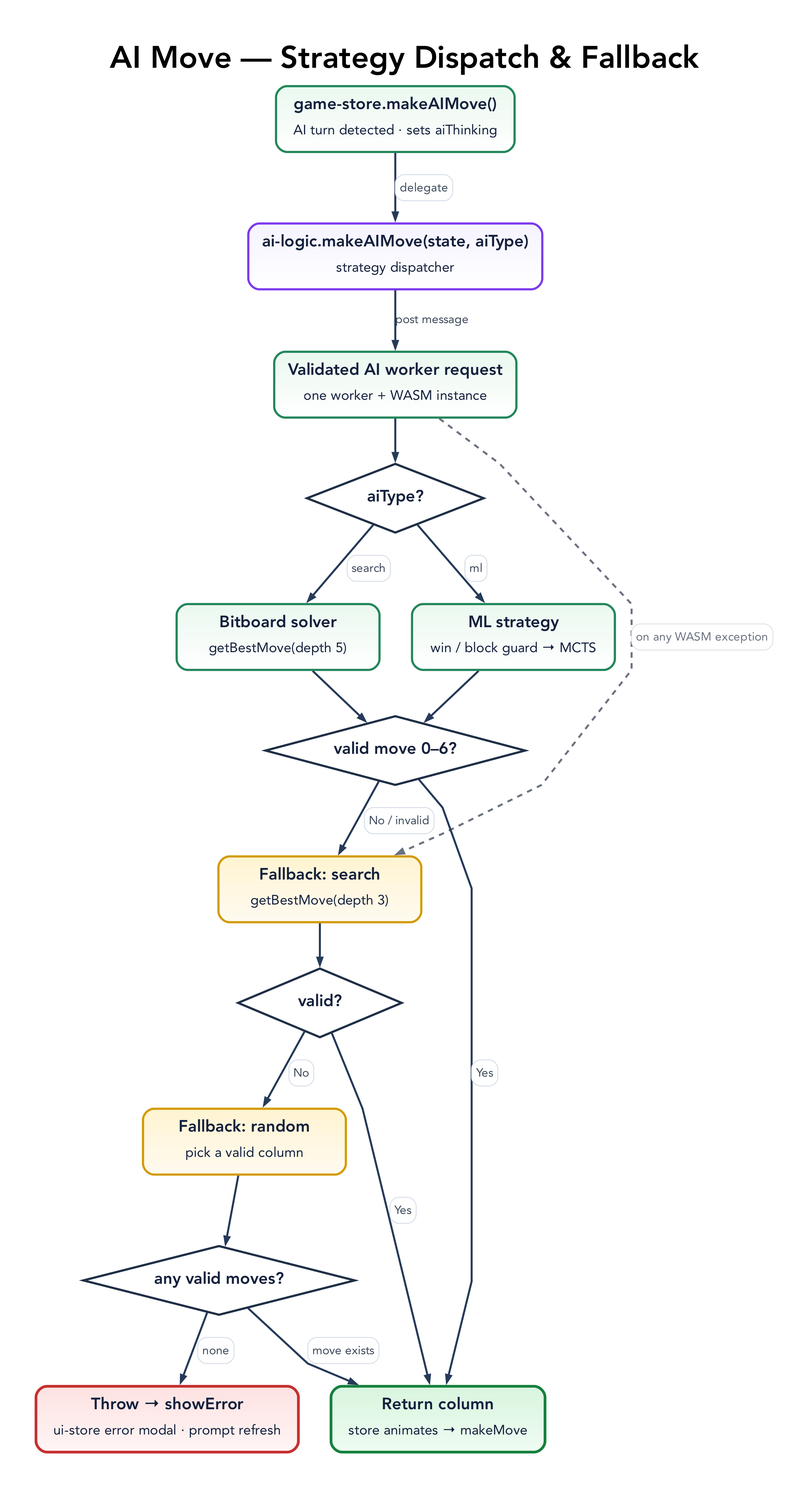
Above: docs/diagrams/ai-move-flow.png in tre-systems/rowspire (Graphviz), before the change. Its source is kept beside it as docs/diagrams/ai-move-flow.dot.
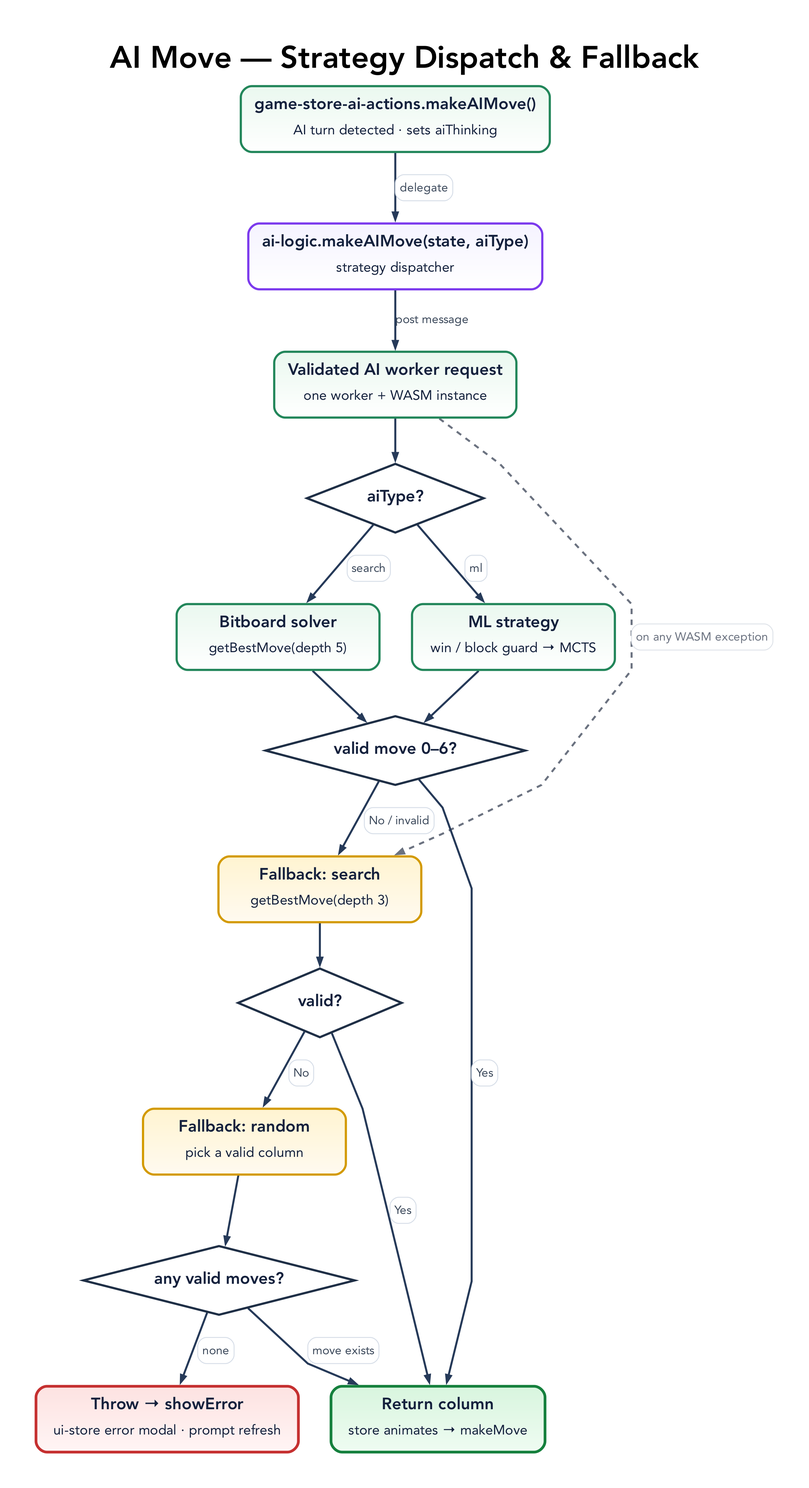
After the commit.

Diff of the diagram source:
```diff
@@ -45,7 +45,7 @@
     arrowsize=0.78
   ];
 
-  A [label=<<TABLE BORDER="0" CELLBORDER="0" CELLSPACING="0" CELLPADDING="0"><TR><TD><B>game-store.makeAIMove()</B></TD></TR><TR><TD CELLPADDING="4"><FONT POINT-SIZE="15">AI turn detected &middot; sets aiThinking</FONT></TD></TR></TABLE>>, fillcolor="#eaf8ef:#ffffff", color="#22865a"];
+  A [label=<<TABLE BORDER="0" CELLBORDER="0" CELLSPACING="0" CELLPADDING="0"><TR><TD><B>game-store-ai-actions.makeAIMove()</B></TD></TR><TR><TD CELLPADDING="4"><FONT POINT-SIZE="15">AI turn detected &middot; sets aiThinking</FONT></TD></TR></TABLE>>, fillcolor="#eaf8ef:#ffffff", color="#22865a"];
   B [label=<<TABLE BORDER="0" CELLBORDER="0" CELLSPACING="0" CELLPADDING="0"><TR><TD><B>ai-logic.makeAIMove(state, aiType)</B></TD></TR><TR><TD CELLPADDING="4"><FONT POINT-SIZE="15">strategy dispatcher</FONT></TD></TR></TABLE>>, fillcolor="#f5f3ff:#ffffff", color="#7c3aed"];
   W [label=<<TABLE BORDER="0" CELLBORDER="0" CELLSPACING="0" CELLPADDING="0"><TR><TD><B>Validated AI worker request</B></TD></TR><TR><TD CELLPADDING="4"><FONT POINT-SIZE="15">one worker + WASM instance</FONT></TD></TR></TABLE>>, fillcolor="#eaf8ef:#ffffff", color="#22865a"];
 
```
